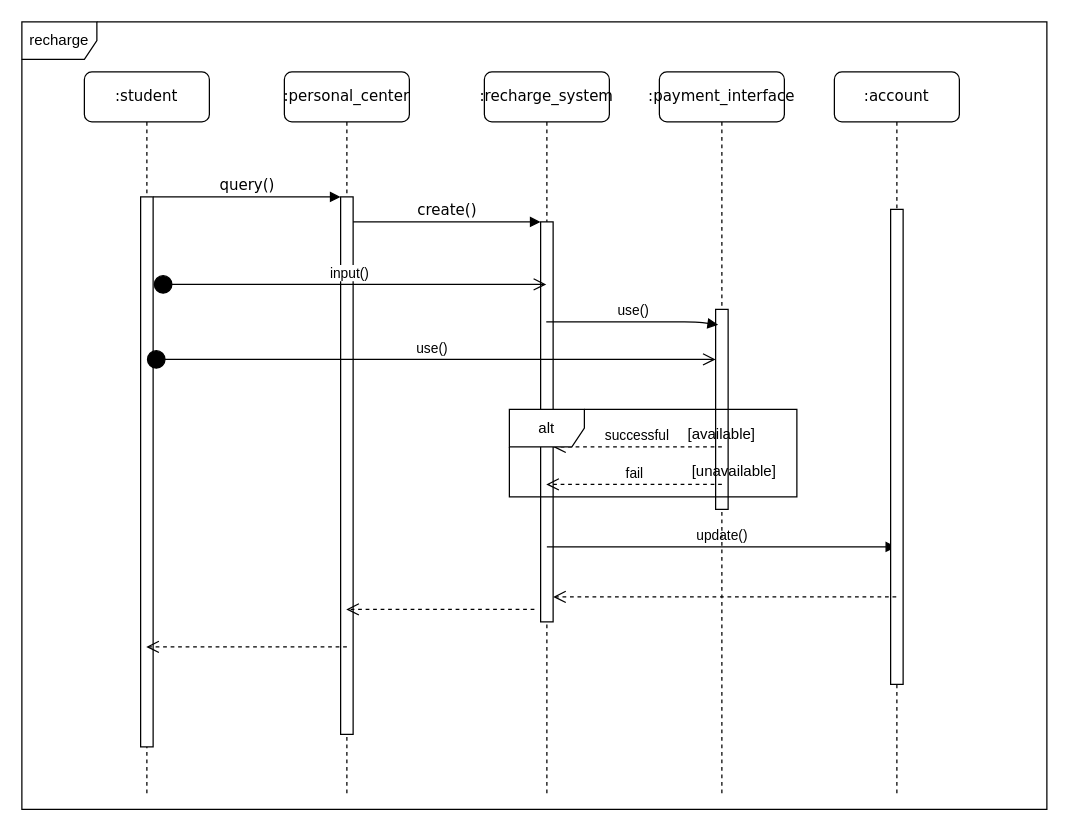
Above: 绘图2.drawio in Silver-2333/myfile (draw.io), before the change. Source tidied: cells renumbered, new cells numbered last; positions are measured from the earlier drawing's top-left corner, leaving out a move shared by most shapes. Both pictures are drawn from the tidied source at 125%, with x=0, y=0 at pixel (21, 21).
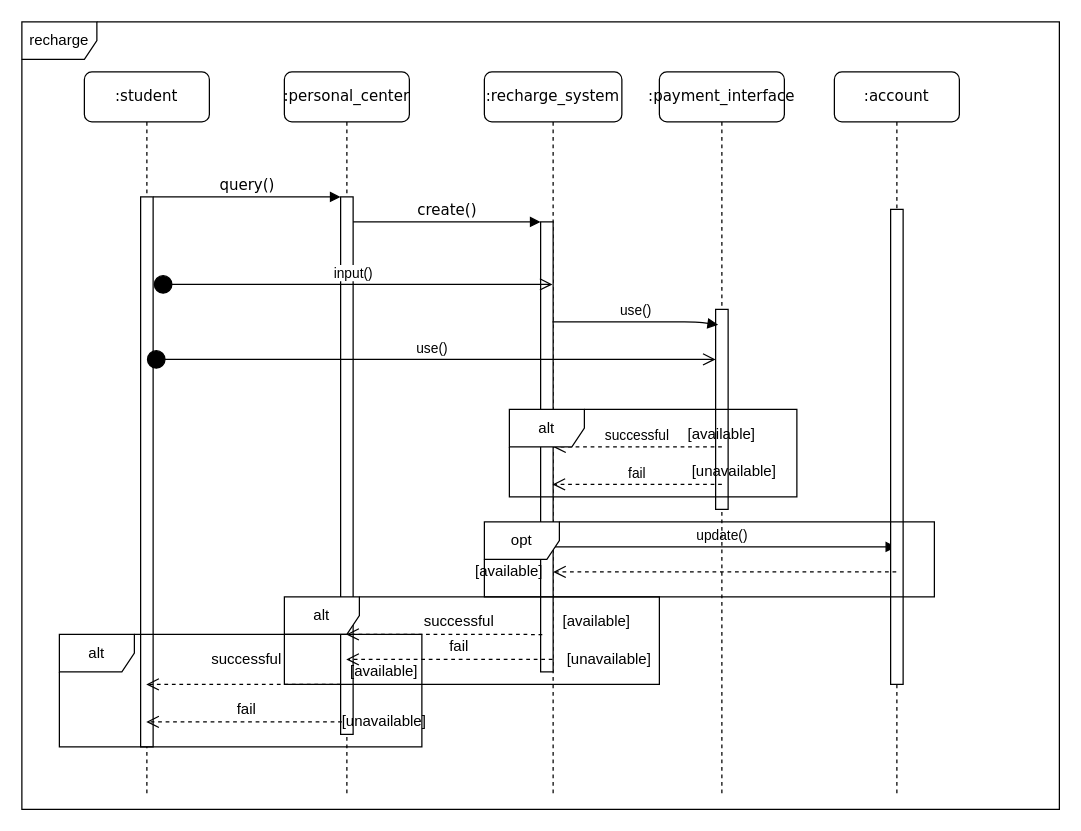
Above is the later version.

The change refers to these unchanged cells:
```xml
<mxCell id="2" value=":personal_center" style="shape=umlLifeline;perimeter=lifelinePerimeter;whiteSpace=wrap;html=1;outlineConnect=0;rounded=1;shadow=0;comic=0;labelBackgroundColor=none;strokeWidth=1;fontFamily=Verdana;fontSize=12;align=center;" parent="1" vertex="1">
  <mxGeometry x="210" y="40" width="100" height="580" as="geometry" />
</mxCell>
<mxCell id="3" style="html=1;points=[];perimeter=orthogonalPerimeter;rounded=0;shadow=0;comic=0;labelBackgroundColor=none;strokeWidth=1;fontFamily=Verdana;fontSize=12;align=center;" parent="2" vertex="1">
  <mxGeometry x="45" y="100" width="10" height="430" as="geometry" />
</mxCell>
<mxCell id="8" value=":account" style="shape=umlLifeline;perimeter=lifelinePerimeter;whiteSpace=wrap;html=1;outlineConnect=0;rounded=1;shadow=0;comic=0;labelBackgroundColor=none;strokeWidth=1;fontFamily=Verdana;fontSize=12;align=center;" parent="1" vertex="1">
  <mxGeometry x="650" y="40" width="100" height="580" as="geometry" />
</mxCell>
<mxCell id="9" value=":student" style="shape=umlLifeline;perimeter=lifelinePerimeter;whiteSpace=wrap;html=1;outlineConnect=0;rounded=1;shadow=0;comic=0;labelBackgroundColor=none;strokeWidth=1;fontFamily=Verdana;fontSize=12;align=center;" parent="1" vertex="1">
  <mxGeometry x="50" y="40" width="100" height="580" as="geometry" />
</mxCell>
```

Change to the diagram source:
```diff
@@
     <mxCell id="4" value=":recharge_system" style="shape=umlLifeline;perimeter=lifelinePerimeter;whiteSpace=wrap;html=1;outlineConnect=0;rounded=1;shadow=0;comic=0;labelBackgroundColor=none;strokeWidth=1;fontFamily=Verdana;fontSize=12;align=center;" parent="1" vertex="1">
-      <mxGeometry x="370" y="40" width="100" height="580" as="geometry" />
+      <mxGeometry x="370" y="40" width="110" height="580" as="geometry" />
     </mxCell>
     <mxCell id="5" style="html=1;points=[];perimeter=orthogonalPerimeter;rounded=0;shadow=0;comic=0;labelBackgroundColor=none;strokeWidth=1;fontFamily=Verdana;fontSize=12;align=center;" parent="4" vertex="1">
-      <mxGeometry x="45" y="120" width="10" height="320" as="geometry" />
+      <mxGeometry x="45" y="120" width="10" height="360" as="geometry" />
     </mxCell>
@@
     <mxCell id="23" style="html=1;verticalAlign=bottom;endArrow=open;dashed=1;endSize=8;" parent="1" edge="1" source="8" target="5">
       <mxGeometry relative="1" as="geometry">
         <Array as="points">
-          <mxPoint x="650" y="460" />
+          <mxPoint x="650" y="440" />
+          <mxPoint x="560" y="440" />
         </Array>
       </mxGeometry>
     </mxCell>
-    <mxCell id="24" style="html=1;verticalAlign=bottom;endArrow=open;dashed=1;endSize=8;" parent="1" edge="1" target="2">
+    <mxCell id="24" style="html=1;verticalAlign=bottom;endArrow=open;dashed=1;endSize=8;exitX=0.133;exitY=0.917;exitDx=0;exitDy=0;exitPerimeter=0;" parent="1" edge="1" source="5" target="2">
       <mxGeometry relative="1" as="geometry">
-        <mxPoint x="410" y="470" as="sourcePoint" />
+        <Array as="points">
+          <mxPoint x="350" y="490" />
+        </Array>
       </mxGeometry>
     </mxCell>
-    <mxCell id="25" style="html=1;verticalAlign=bottom;endArrow=open;dashed=1;endSize=8;" parent="1" edge="1" target="9">
+    <mxCell id="25" style="html=1;verticalAlign=bottom;endArrow=open;dashed=1;endSize=8;" parent="1" edge="1" source="3" target="9">
       <mxGeometry relative="1" as="geometry">
-        <mxPoint x="260" y="500" as="sourcePoint" />
+        <Array as="points">
+          <mxPoint x="180" y="530" />
+        </Array>
       </mxGeometry>
     </mxCell>
     <mxCell id="26" value="recharge" style="shape=umlFrame;whiteSpace=wrap;html=1;" parent="1" vertex="1">
-      <mxGeometry width="820" height="630" as="geometry" />
+      <mxGeometry width="830" height="630" as="geometry" />
     </mxCell>
+    <mxCell id="27" value="opt" style="shape=umlFrame;whiteSpace=wrap;html=1;" parent="1" vertex="1">
+      <mxGeometry x="370" y="400" width="360" height="60" as="geometry" />
+    </mxCell>
+    <mxCell id="28" value="[available]" style="text;html=1;strokeColor=none;fillColor=none;align=center;verticalAlign=middle;whiteSpace=wrap;rounded=0;" parent="1" vertex="1">
+      <mxGeometry x="370" y="430" width="40" height="20" as="geometry" />
+    </mxCell>
+    <mxCell id="29" style="html=1;verticalAlign=bottom;endArrow=open;dashed=1;endSize=8;" parent="1" edge="1" source="4" target="2">
+      <mxGeometry x="-0.13" y="160" relative="1" as="geometry">
+        <Array as="points">
+          <mxPoint x="340" y="510" />
+        </Array>
+      </mxGeometry>
+    </mxCell>
+    <mxCell id="30" style="html=1;verticalAlign=bottom;endArrow=open;dashed=1;endSize=8;" parent="1" edge="1" target="9">
+      <mxGeometry relative="1" as="geometry">
+        <mxPoint x="256" y="560" as="sourcePoint" />
+        <Array as="points">
+          <mxPoint x="220" y="560" />
+        </Array>
+      </mxGeometry>
+    </mxCell>
+    <mxCell id="31" value="successful" style="text;html=1;strokeColor=none;fillColor=none;align=center;verticalAlign=middle;whiteSpace=wrap;rounded=0;" parent="1" vertex="1">
+      <mxGeometry x="330" y="470" width="40" height="20" as="geometry" />
+    </mxCell>
+    <mxCell id="32" value="fail" style="text;html=1;strokeColor=none;fillColor=none;align=center;verticalAlign=middle;whiteSpace=wrap;rounded=0;" parent="1" vertex="1">
+      <mxGeometry x="330" y="490" width="40" height="20" as="geometry" />
+    </mxCell>
+    <mxCell id="33" value="successful" style="text;html=1;strokeColor=none;fillColor=none;align=center;verticalAlign=middle;whiteSpace=wrap;rounded=0;" parent="1" vertex="1">
+      <mxGeometry x="160" y="500" width="40" height="20" as="geometry" />
+    </mxCell>
+    <mxCell id="34" value="fail" style="text;html=1;strokeColor=none;fillColor=none;align=center;verticalAlign=middle;whiteSpace=wrap;rounded=0;" parent="1" vertex="1">
+      <mxGeometry x="160" y="540" width="40" height="20" as="geometry" />
+    </mxCell>
+    <mxCell id="35" value="alt" style="shape=umlFrame;whiteSpace=wrap;html=1;" parent="1" vertex="1">
+      <mxGeometry x="210" y="460" width="300" height="70" as="geometry" />
+    </mxCell>
+    <mxCell id="36" value="alt" style="shape=umlFrame;whiteSpace=wrap;html=1;" parent="1" vertex="1">
+      <mxGeometry x="30" y="490" width="290" height="90" as="geometry" />
+    </mxCell>
+    <mxCell id="37" value="[available]" style="text;html=1;strokeColor=none;fillColor=none;align=center;verticalAlign=middle;whiteSpace=wrap;rounded=0;" parent="1" vertex="1">
+      <mxGeometry x="440" y="470" width="40" height="20" as="geometry" />
+    </mxCell>
+    <mxCell id="38" value="[unavailable]" style="text;html=1;strokeColor=none;fillColor=none;align=center;verticalAlign=middle;whiteSpace=wrap;rounded=0;" parent="1" vertex="1">
+      <mxGeometry x="450" y="500" width="40" height="20" as="geometry" />
+    </mxCell>
+    <mxCell id="39" value="[unavailable]" style="text;html=1;strokeColor=none;fillColor=none;align=center;verticalAlign=middle;whiteSpace=wrap;rounded=0;" parent="1" vertex="1">
+      <mxGeometry x="270" y="550" width="40" height="20" as="geometry" />
+    </mxCell>
+    <mxCell id="40" value="[available]" style="text;html=1;strokeColor=none;fillColor=none;align=center;verticalAlign=middle;whiteSpace=wrap;rounded=0;" parent="1" vertex="1">
+      <mxGeometry x="270" y="510" width="40" height="20" as="geometry" />
+    </mxCell>
```
